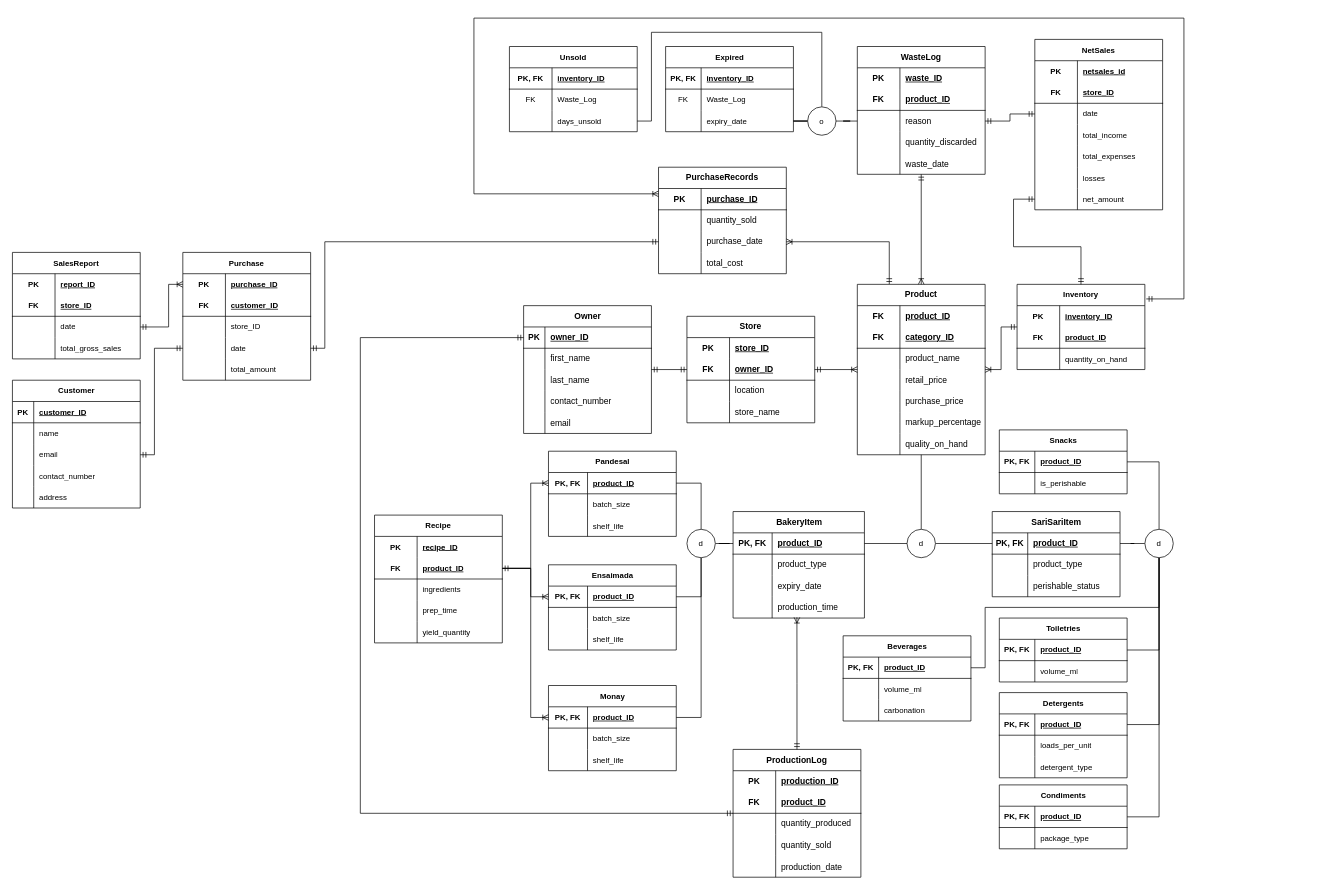
Earlier version of the draw.io diagram Reworked ERD.drawio (ConnedMaster/ITS131P). Source tidied: cells renumbered, new cells numbered last; positions are measured from the earlier drawing's top-left corner, leaving out a move shared by most shapes. Both pictures are drawn from the tidied source at 71%, with x=0, y=0 at pixel (12, 18).
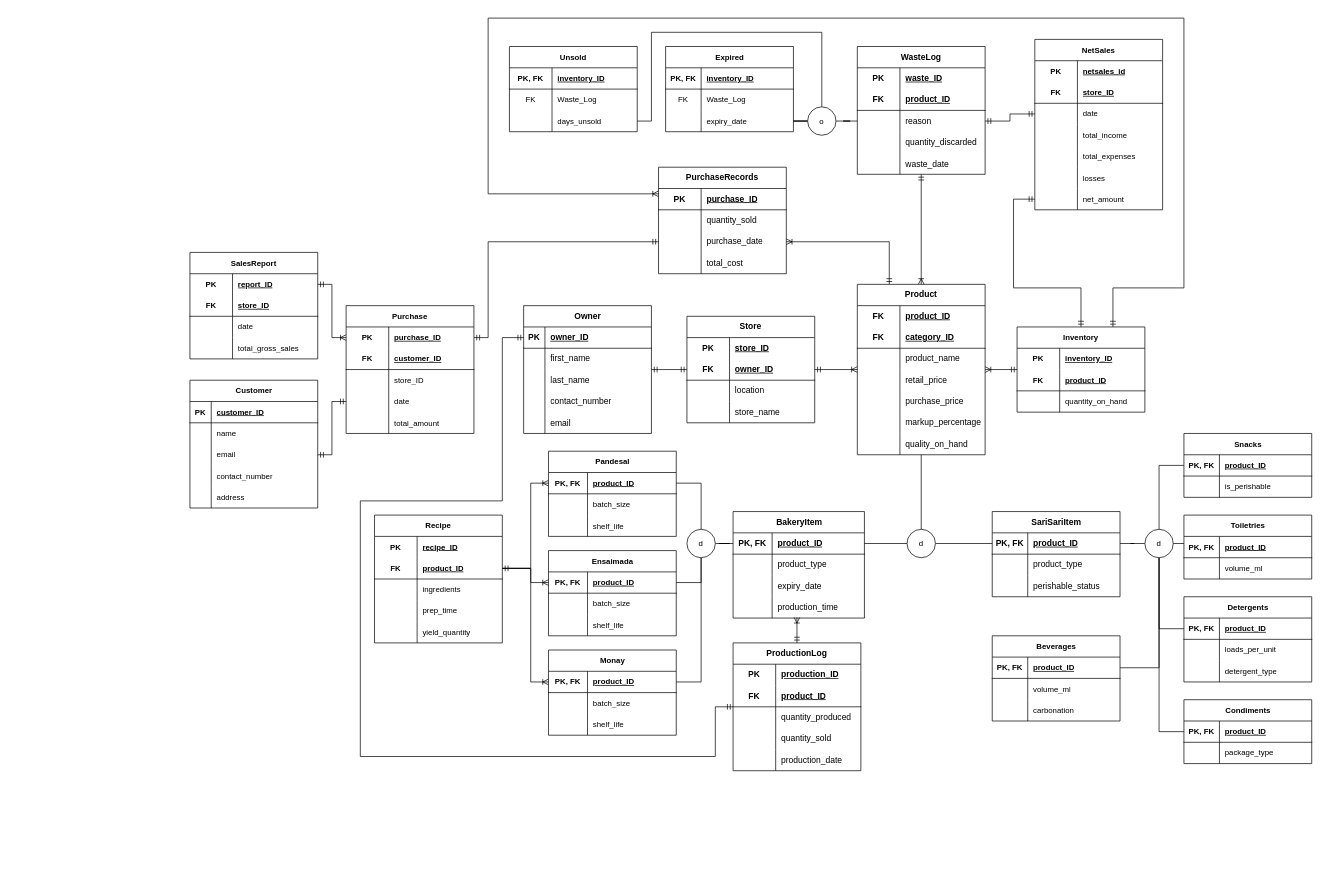
Above is the later version.

The change refers to these unchanged cells:
```xml
<mxCell id="17" value="d" style="ellipse;whiteSpace=wrap;html=1;fontFamily=Helvetica;fontSize=11;fontColor=default;labelBackgroundColor=default;" parent="1" vertex="1">
  <mxGeometry x="1595" y="720" width="40" height="40" as="geometry" />
</mxCell>
<mxCell id="74" style="shape=tableRow;horizontal=0;startSize=0;swimlaneHead=0;swimlaneBody=0;fillColor=none;points=[[0,0.5],[1,0.5]];portConstraint=eastwest;top=0;left=0;right=0;bottom=1;" parent="73" vertex="1">
  <mxGeometry y="30" width="180" height="30" as="geometry" />
</mxCell>
<mxCell id="102" value="PurchaseRecords" style="shape=table;startSize=30;childLayout=tableLayout;rowLines=0;fontStyle=1;align=center;html=1;whiteSpace=wrap;" parent="1" vertex="1">
  <mxGeometry x="910" y="210" width="180" height="150" as="geometry" />
</mxCell>
<mxCell id="109" style="shape=tableRow;horizontal=0;startSize=0;swimlaneHead=0;swimlaneBody=0;fillColor=none;points=[[0,0.5],[1,0.5]];portConstraint=eastwest;top=0;left=0;right=0;bottom=0;html=1;" parent="102" vertex="1">
  <mxGeometry y="90" width="180" height="30" as="geometry" />
</mxCell>
<mxCell id="183" style="shape=tableRow;horizontal=0;startSize=0;swimlaneHead=0;swimlaneBody=0;fillColor=none;points=[[0,0.5],[1,0.5]];portConstraint=eastwest;top=0;left=0;right=0;bottom=0;fontFamily=Helvetica;fontSize=11;fontColor=default;labelBackgroundColor=default;" parent="164" vertex="1">
  <mxGeometry y="210" width="180" height="30" as="geometry" />
</mxCell>
<mxCell id="190" style="shape=tableRow;horizontal=0;startSize=0;swimlaneHead=0;swimlaneBody=0;fillColor=none;points=[[0,0.5],[1,0.5]];portConstraint=eastwest;top=0;left=0;right=0;bottom=1;html=1;fontFamily=Helvetica;fontSize=11;fontColor=default;labelBackgroundColor=default;" parent="186" vertex="1">
  <mxGeometry y="60" width="180" height="30" as="geometry" />
</mxCell>
<mxCell id="204" style="shape=tableRow;horizontal=0;startSize=0;swimlaneHead=0;swimlaneBody=0;fillColor=none;points=[[0,0.5],[1,0.5]];portConstraint=eastwest;top=0;left=0;right=0;bottom=0;html=1;fontFamily=Helvetica;fontSize=11;fontColor=default;labelBackgroundColor=default;" parent="203" vertex="1">
  <mxGeometry y="30" width="180" height="30" as="geometry" />
</mxCell>
<mxCell id="210" style="shape=tableRow;horizontal=0;startSize=0;swimlaneHead=0;swimlaneBody=0;fillColor=none;points=[[0,0.5],[1,0.5]];portConstraint=eastwest;top=0;left=0;right=0;bottom=0;html=1;fontFamily=Helvetica;fontSize=11;fontColor=default;labelBackgroundColor=default;" parent="203" vertex="1">
  <mxGeometry y="90" width="180" height="30" as="geometry" />
</mxCell>
<mxCell id="223" style="shape=tableRow;horizontal=0;startSize=0;swimlaneHead=0;swimlaneBody=0;fillColor=none;points=[[0,0.5],[1,0.5]];portConstraint=eastwest;top=0;left=0;right=0;bottom=0;fontFamily=Helvetica;fontSize=11;fontColor=default;labelBackgroundColor=default;" parent="216" vertex="1">
  <mxGeometry y="90" width="180" height="30" as="geometry" />
</mxCell>
<mxCell id="233" style="shape=tableRow;horizontal=0;startSize=0;swimlaneHead=0;swimlaneBody=0;fillColor=none;points=[[0,0.5],[1,0.5]];portConstraint=eastwest;top=0;left=0;right=0;bottom=0;html=1;fontFamily=Helvetica;fontSize=11;fontColor=default;labelBackgroundColor=default;" parent="232" vertex="1">
  <mxGeometry y="30" width="180" height="30" as="geometry" />
</mxCell>
<mxCell id="242" style="shape=tableRow;horizontal=0;startSize=0;swimlaneHead=0;swimlaneBody=0;fillColor=none;points=[[0,0.5],[1,0.5]];portConstraint=eastwest;top=0;left=0;right=0;bottom=0;html=1;fontFamily=Helvetica;fontSize=11;fontColor=default;labelBackgroundColor=default;" parent="232" vertex="1">
  <mxGeometry y="120" width="180" height="30" as="geometry" />
</mxCell>
<mxCell id="259" style="shape=tableRow;horizontal=0;startSize=0;swimlaneHead=0;swimlaneBody=0;fillColor=none;points=[[0,0.5],[1,0.5]];portConstraint=eastwest;top=0;left=0;right=0;bottom=1;fontFamily=Helvetica;fontSize=11;fontColor=default;labelBackgroundColor=default;" parent="258" vertex="1">
  <mxGeometry y="30" width="180" height="30" as="geometry" />
</mxCell>
<mxCell id="269" style="shape=tableRow;horizontal=0;startSize=0;swimlaneHead=0;swimlaneBody=0;fillColor=none;points=[[0,0.5],[1,0.5]];portConstraint=eastwest;top=0;left=0;right=0;bottom=1;fontFamily=Helvetica;fontSize=11;fontColor=default;labelBackgroundColor=default;" parent="268" vertex="1">
  <mxGeometry y="30" width="180" height="30" as="geometry" />
</mxCell>
<mxCell id="301" style="shape=tableRow;horizontal=0;startSize=0;swimlaneHead=0;swimlaneBody=0;fillColor=none;points=[[0,0.5],[1,0.5]];portConstraint=eastwest;top=0;left=0;right=0;bottom=1;fontFamily=Helvetica;fontSize=11;fontColor=default;labelBackgroundColor=default;" parent="300" vertex="1">
  <mxGeometry y="30" width="180" height="30" as="geometry" />
</mxCell>
<mxCell id="308" style="shape=tableRow;horizontal=0;startSize=0;swimlaneHead=0;swimlaneBody=0;fillColor=none;points=[[0,0.5],[1,0.5]];portConstraint=eastwest;top=0;left=0;right=0;bottom=1;fontFamily=Helvetica;fontSize=11;fontColor=default;labelBackgroundColor=default;" parent="307" vertex="1">
  <mxGeometry y="30" width="180" height="30" as="geometry" />
</mxCell>
<mxCell id="315" style="shape=tableRow;horizontal=0;startSize=0;swimlaneHead=0;swimlaneBody=0;fillColor=none;points=[[0,0.5],[1,0.5]];portConstraint=eastwest;top=0;left=0;right=0;bottom=1;fontFamily=Helvetica;fontSize=11;fontColor=default;labelBackgroundColor=default;" parent="314" vertex="1">
  <mxGeometry y="30" width="180" height="30" as="geometry" />
</mxCell>
<mxCell id="325" style="shape=tableRow;horizontal=0;startSize=0;swimlaneHead=0;swimlaneBody=0;fillColor=none;points=[[0,0.5],[1,0.5]];portConstraint=eastwest;top=0;left=0;right=0;bottom=1;fontFamily=Helvetica;fontSize=11;fontColor=default;labelBackgroundColor=default;" parent="324" vertex="1">
  <mxGeometry y="30" width="180" height="30" as="geometry" />
</mxCell>
<mxCell id="332" style="shape=tableRow;horizontal=0;startSize=0;swimlaneHead=0;swimlaneBody=0;fillColor=none;points=[[0,0.5],[1,0.5]];portConstraint=eastwest;top=0;left=0;right=0;bottom=1;fontFamily=Helvetica;fontSize=11;fontColor=default;labelBackgroundColor=default;" parent="331" vertex="1">
  <mxGeometry y="30" width="180" height="30" as="geometry" />
</mxCell>
```

Change to the diagram source:
```diff
@@
-    <mxCell id="12" style="edgeStyle=orthogonalEdgeStyle;shape=connector;rounded=0;jettySize=auto;html=1;entryX=1;entryY=0.5;entryDx=0;entryDy=0;strokeColor=default;align=center;verticalAlign=middle;fontFamily=Helvetica;fontSize=11;fontColor=default;labelBackgroundColor=default;endArrow=none;endFill=0;exitX=0.5;exitY=0;exitDx=0;exitDy=0;" parent="1" edge="1" source="17" target="301">
-      <mxGeometry relative="1" as="geometry">
-        <Array as="points">
-          <mxPoint x="1615" y="625" />
-        </Array>
-      </mxGeometry>
+    <mxCell id="12" style="edgeStyle=orthogonalEdgeStyle;shape=connector;rounded=0;jettySize=auto;html=1;entryX=0;entryY=0.5;entryDx=0;entryDy=0;strokeColor=default;align=center;verticalAlign=middle;fontFamily=Helvetica;fontSize=11;fontColor=default;labelBackgroundColor=default;endArrow=none;endFill=0;" parent="1" edge="1" source="17" target="301">
+      <mxGeometry relative="1" as="geometry" />
     </mxCell>
-    <mxCell id="13" style="edgeStyle=orthogonalEdgeStyle;shape=connector;rounded=0;jettySize=auto;html=1;entryX=1;entryY=0.5;entryDx=0;entryDy=0;strokeColor=default;align=center;verticalAlign=middle;fontFamily=Helvetica;fontSize=11;fontColor=default;labelBackgroundColor=default;endArrow=none;endFill=0;" parent="1" edge="1" source="17" target="308">
-      <mxGeometry relative="1" as="geometry" />
-    </mxCell>
-    <mxCell id="14" style="edgeStyle=orthogonalEdgeStyle;shape=connector;rounded=0;jettySize=auto;html=1;entryX=1;entryY=0.5;entryDx=0;entryDy=0;strokeColor=default;align=center;verticalAlign=middle;fontFamily=Helvetica;fontSize=11;fontColor=default;labelBackgroundColor=default;endArrow=none;endFill=0;" parent="1" edge="1" source="17" target="315">
+    <mxCell id="14" style="edgeStyle=orthogonalEdgeStyle;shape=connector;rounded=0;jettySize=auto;html=1;entryX=0;entryY=0.5;entryDx=0;entryDy=0;strokeColor=default;align=center;verticalAlign=middle;fontFamily=Helvetica;fontSize=11;fontColor=default;labelBackgroundColor=default;endArrow=none;endFill=0;" parent="1" edge="1" source="17" target="315">
       <mxGeometry relative="1" as="geometry" />
     </mxCell>
-    <mxCell id="15" style="edgeStyle=orthogonalEdgeStyle;shape=connector;rounded=0;jettySize=auto;html=1;entryX=1;entryY=0.5;entryDx=0;entryDy=0;strokeColor=default;align=center;verticalAlign=middle;fontFamily=Helvetica;fontSize=11;fontColor=default;labelBackgroundColor=default;endArrow=none;endFill=0;" parent="1" edge="1" source="17" target="325">
+    <mxCell id="15" style="edgeStyle=orthogonalEdgeStyle;shape=connector;rounded=0;jettySize=auto;html=1;entryX=0;entryY=0.5;entryDx=0;entryDy=0;strokeColor=default;align=center;verticalAlign=middle;fontFamily=Helvetica;fontSize=11;fontColor=default;labelBackgroundColor=default;endArrow=none;endFill=0;" parent="1" edge="1" source="17" target="325">
       <mxGeometry relative="1" as="geometry" />
     </mxCell>
     <mxCell id="16" style="edgeStyle=orthogonalEdgeStyle;shape=connector;rounded=0;jettySize=auto;html=1;entryX=1;entryY=0.5;entryDx=0;entryDy=0;strokeColor=default;align=center;verticalAlign=middle;fontFamily=Helvetica;fontSize=11;fontColor=default;labelBackgroundColor=default;endArrow=none;endFill=0;" parent="1" edge="1" source="17" target="332">
-      <mxGeometry relative="1" as="geometry">
-        <Array as="points">
-          <mxPoint x="1615" y="830" />
-          <mxPoint x="1370" y="830" />
-          <mxPoint x="1370" y="915" />
-        </Array>
-      </mxGeometry>
+      <mxGeometry relative="1" as="geometry" />
     </mxCell>
@@
-    <mxCell id="18" style="edgeStyle=orthogonalEdgeStyle;shape=connector;rounded=0;jettySize=auto;html=1;strokeColor=default;align=center;verticalAlign=middle;fontFamily=Helvetica;fontSize=11;fontColor=default;labelBackgroundColor=default;startFill=0;endArrow=ERmandOne;exitX=0;exitY=0.25;exitDx=0;exitDy=0;endFill=0;startArrow=ERoneToMany;entryX=1.011;entryY=0.171;entryDx=0;entryDy=0;entryPerimeter=0;" parent="1" edge="1" source="102" target="144">
+    <mxCell id="18" style="edgeStyle=orthogonalEdgeStyle;shape=connector;rounded=0;jettySize=auto;html=1;strokeColor=default;align=center;verticalAlign=middle;fontFamily=Helvetica;fontSize=11;fontColor=default;labelBackgroundColor=default;startFill=0;endArrow=ERmandOne;exitX=0;exitY=0.25;exitDx=0;exitDy=0;endFill=0;startArrow=ERoneToMany;entryX=0.75;entryY=0;entryDx=0;entryDy=0;" parent="1" edge="1" source="102" target="144">
       <mxGeometry relative="1" as="geometry">
         <Array as="points">
-          <mxPoint x="650" y="247" />
-          <mxPoint x="650" />
+          <mxPoint x="670" y="248" />
+          <mxPoint x="670" />
           <mxPoint x="1650" />
-          <mxPoint x="1650" y="396" />
+          <mxPoint x="1650" y="380" />
+          <mxPoint x="1550" y="380" />
         </Array>
       </mxGeometry>
     </mxCell>
-    <mxCell id="19" style="edgeStyle=orthogonalEdgeStyle;shape=connector;rounded=0;jettySize=auto;html=1;entryX=1;entryY=0.5;entryDx=0;entryDy=0;strokeColor=default;align=center;verticalAlign=middle;fontFamily=Helvetica;fontSize=11;fontColor=default;labelBackgroundColor=default;endArrow=ERmandOne;endFill=0;startArrow=ERoneToMany;startFill=0;exitX=0;exitY=0.5;exitDx=0;exitDy=0;" parent="1" edge="1" source="233" target="210">
+    <mxCell id="19" style="edgeStyle=orthogonalEdgeStyle;shape=connector;rounded=0;jettySize=auto;html=1;entryX=1;entryY=0.5;entryDx=0;entryDy=0;strokeColor=default;align=center;verticalAlign=middle;fontFamily=Helvetica;fontSize=11;fontColor=default;labelBackgroundColor=default;endArrow=ERmandOne;endFill=0;startArrow=ERoneToMany;startFill=0;exitX=0;exitY=0.5;exitDx=0;exitDy=0;" parent="1" edge="1" source="233" target="204">
       <mxGeometry relative="1" as="geometry">
         <Array as="points">
-          <mxPoint x="220" y="375" />
-          <mxPoint x="220" y="435" />
+          <mxPoint x="450" y="450" />
+          <mxPoint x="450" y="375" />
         </Array>
       </mxGeometry>
     </mxCell>
@@
     <mxCell id="115" value="ProductionLog" style="shape=table;startSize=30;childLayout=tableLayout;rowLines=0;fontStyle=1;align=center;html=1;whiteSpace=wrap;" parent="1" vertex="1">
-      <mxGeometry x="1015" y="1030" width="180" height="180" as="geometry" />
+      <mxGeometry x="1015" y="880" width="180" height="180" as="geometry" />
     </mxCell>
@@
     <mxCell id="144" value="Inventory" style="shape=table;startSize=30;childLayout=tableLayout;rowLines=0;fontStyle=1;align=center;html=1;whiteSpace=wrap;fontFamily=Helvetica;fontSize=11;fontColor=default;labelBackgroundColor=default;" parent="1" vertex="1">
-      <mxGeometry x="1415" y="375" width="180" height="120" as="geometry" />
+      <mxGeometry x="1415" y="435" width="180" height="120" as="geometry" />
     </mxCell>
@@
     <mxCell id="154" style="edgeStyle=orthogonalEdgeStyle;fontSize=12;html=1;endArrow=ERmandOne;startArrow=ERmandOne;rounded=0;strokeColor=default;align=center;verticalAlign=middle;fontFamily=Helvetica;fontColor=default;labelBackgroundColor=default;entryX=0;entryY=0.5;entryDx=0;entryDy=0;exitX=1;exitY=0.5;exitDx=0;exitDy=0;" parent="1" edge="1" source="223" target="242">
       <mxGeometry relative="1" as="geometry">
         <Array as="points">
-          <mxPoint x="200" y="615" />
-          <mxPoint x="200" y="465" />
+          <mxPoint x="450" y="615" />
+          <mxPoint x="450" y="540" />
         </Array>
       </mxGeometry>
     </mxCell>
-    <mxCell id="155" style="fontSize=12;html=1;endArrow=ERmandOne;startArrow=ERmandOne;rounded=0;strokeColor=default;align=center;verticalAlign=middle;fontFamily=Helvetica;fontColor=default;labelBackgroundColor=default;entryX=1;entryY=0.5;entryDx=0;entryDy=0;exitX=0;exitY=0.5;exitDx=0;exitDy=0;edgeStyle=orthogonalEdgeStyle;" parent="1" edge="1" source="109" target="242">
+    <mxCell id="155" style="fontSize=12;html=1;endArrow=ERmandOne;startArrow=ERmandOne;rounded=0;strokeColor=default;align=center;verticalAlign=middle;fontFamily=Helvetica;fontColor=default;labelBackgroundColor=default;entryX=1;entryY=0.5;entryDx=0;entryDy=0;exitX=0;exitY=0.5;exitDx=0;exitDy=0;edgeStyle=orthogonalEdgeStyle;" parent="1" edge="1" source="109" target="233">
       <mxGeometry relative="1" as="geometry">
         <Array as="points">
-          <mxPoint x="440" y="315" />
-          <mxPoint x="440" y="465" />
+          <mxPoint x="670" y="315" />
+          <mxPoint x="670" y="450" />
         </Array>
       </mxGeometry>
     </mxCell>
@@
     <mxCell id="159" style="edgeStyle=orthogonalEdgeStyle;fontSize=12;html=1;endArrow=ERmandOne;startArrow=ERmandOne;rounded=0;strokeColor=default;align=center;verticalAlign=middle;fontFamily=Helvetica;fontColor=default;labelBackgroundColor=default;entryX=0;entryY=0.5;entryDx=0;entryDy=0;exitX=0.5;exitY=0;exitDx=0;exitDy=0;" parent="1" edge="1" source="144" target="183">
       <mxGeometry relative="1" as="geometry">
         <Array as="points">
-          <mxPoint x="1505" y="322" />
-          <mxPoint x="1410" y="322" />
+          <mxPoint x="1505" y="380" />
+          <mxPoint x="1410" y="380" />
           <mxPoint x="1410" y="255" />
         </Array>
       </mxGeometry>
     </mxCell>
@@
     <mxCell id="162" style="edgeStyle=orthogonalEdgeStyle;fontSize=12;html=1;endArrow=ERmandOne;startArrow=ERmandOne;rounded=0;strokeColor=default;align=center;verticalAlign=middle;fontFamily=Helvetica;fontColor=default;labelBackgroundColor=default;exitX=0;exitY=0.5;exitDx=0;exitDy=0;entryX=0;entryY=0.5;entryDx=0;entryDy=0;" parent="1" edge="1" source="115" target="74">
       <mxGeometry relative="1" as="geometry">
         <Array as="points">
-          <mxPoint x="490" y="1120" />
-          <mxPoint x="490" y="450" />
+          <mxPoint x="990" y="970" />
+          <mxPoint x="990" y="1040" />
+          <mxPoint x="490" y="1040" />
+          <mxPoint x="490" y="680" />
+          <mxPoint x="690" y="680" />
+          <mxPoint x="690" y="450" />
         </Array>
       </mxGeometry>
     </mxCell>
@@
     <mxCell id="203" value="SalesReport" style="shape=table;startSize=30;childLayout=tableLayout;rowLines=0;fontStyle=1;align=center;html=1;whiteSpace=wrap;fontFamily=Helvetica;fontSize=11;fontColor=default;labelBackgroundColor=default;" parent="1" vertex="1">
-      <mxGeometry y="330" width="180" height="150" as="geometry" />
+      <mxGeometry x="250" y="330" width="180" height="150" as="geometry" />
     </mxCell>
@@
     <mxCell id="216" value="Customer" style="shape=table;startSize=30;childLayout=tableLayout;rowLines=0;fontStyle=1;align=center;html=1;fontFamily=Helvetica;fontSize=11;fontColor=default;labelBackgroundColor=default;" parent="1" vertex="1">
-      <mxGeometry y="510" width="180" height="180" as="geometry" />
+      <mxGeometry x="250" y="510" width="180" height="180" as="geometry" />
     </mxCell>
@@
     <mxCell id="232" value="Purchase" style="shape=table;startSize=30;childLayout=tableLayout;rowLines=0;fontStyle=1;align=center;html=1;whiteSpace=wrap;fontFamily=Helvetica;fontSize=11;fontColor=default;labelBackgroundColor=default;" parent="1" vertex="1">
-      <mxGeometry x="240" y="330" width="180" height="180" as="geometry" />
+      <mxGeometry x="470" y="405" width="180" height="180" as="geometry" />
     </mxCell>
@@
     <mxCell id="258" value="Ensaimada" style="shape=table;startSize=30;childLayout=tableLayout;rowLines=0;fontStyle=1;align=center;html=1;fontFamily=Helvetica;fontSize=11;fontColor=default;labelBackgroundColor=default;" parent="1" vertex="1">
-      <mxGeometry x="755" y="770" width="180" height="120" as="geometry" />
+      <mxGeometry x="755" y="750" width="180" height="120" as="geometry" />
     </mxCell>
@@
     <mxCell id="268" value="Monay" style="shape=table;startSize=30;childLayout=tableLayout;rowLines=0;fontStyle=1;align=center;html=1;fontFamily=Helvetica;fontSize=11;fontColor=default;labelBackgroundColor=default;" parent="1" vertex="1">
-      <mxGeometry x="755" y="940" width="180" height="120" as="geometry" />
+      <mxGeometry x="755" y="890" width="180" height="120" as="geometry" />
     </mxCell>
@@
-    <mxCell id="278" style="edgeStyle=orthogonalEdgeStyle;shape=connector;rounded=0;jettySize=auto;html=1;entryX=1;entryY=0.5;entryDx=0;entryDy=0;strokeColor=default;align=center;verticalAlign=middle;fontFamily=Helvetica;fontSize=11;fontColor=default;labelBackgroundColor=default;endArrow=none;endFill=0;startArrow=ERoneToMany;startFill=0;" parent="1" edge="1" source="259" target="190">
+    <mxCell id="278" style="edgeStyle=orthogonalEdgeStyle;shape=connector;rounded=0;jettySize=auto;html=1;entryX=1;entryY=0.5;entryDx=0;entryDy=0;strokeColor=default;align=center;verticalAlign=middle;fontFamily=Helvetica;fontSize=11;fontColor=default;labelBackgroundColor=default;endArrow=none;endFill=0;startArrow=ERoneToMany;startFill=0;exitX=0;exitY=0.5;exitDx=0;exitDy=0;" parent="1" edge="1" source="259" target="190">
       <mxGeometry relative="1" as="geometry">
         <Array as="points">
-          <mxPoint x="730" y="815" />
+          <mxPoint x="730" y="795" />
           <mxPoint x="730" y="775" />
         </Array>
       </mxGeometry>
     </mxCell>
-    <mxCell id="279" style="edgeStyle=orthogonalEdgeStyle;shape=connector;rounded=0;jettySize=auto;html=1;entryX=1;entryY=0.5;entryDx=0;entryDy=0;strokeColor=default;align=center;verticalAlign=middle;fontFamily=Helvetica;fontSize=11;fontColor=default;labelBackgroundColor=default;endArrow=none;endFill=0;startArrow=ERoneToMany;startFill=0;" parent="1" edge="1" source="269" target="190">
+    <mxCell id="279" style="edgeStyle=orthogonalEdgeStyle;shape=connector;rounded=0;jettySize=auto;html=1;entryX=1;entryY=0.5;entryDx=0;entryDy=0;strokeColor=default;align=center;verticalAlign=middle;fontFamily=Helvetica;fontSize=11;fontColor=default;labelBackgroundColor=default;endArrow=none;endFill=0;startArrow=ERoneToMany;startFill=0;exitX=0;exitY=0.5;exitDx=0;exitDy=0;" parent="1" edge="1" source="269" target="190">
       <mxGeometry relative="1" as="geometry">
         <Array as="points">
-          <mxPoint x="730" y="985" />
+          <mxPoint x="730" y="935" />
           <mxPoint x="730" y="775" />
         </Array>
       </mxGeometry>
     </mxCell>
@@
     <mxCell id="300" value="Snacks" style="shape=table;startSize=30;childLayout=tableLayout;rowLines=0;fontStyle=1;align=center;html=1;fontFamily=Helvetica;fontSize=11;fontColor=default;labelBackgroundColor=default;" parent="1" vertex="1">
-      <mxGeometry x="1390" y="580" width="180" height="90" as="geometry" />
+      <mxGeometry x="1650" y="585" width="180" height="90" as="geometry" />
     </mxCell>
@@
     <mxCell id="307" value="Toiletries" style="shape=table;startSize=30;childLayout=tableLayout;rowLines=0;fontStyle=1;align=center;html=1;fontFamily=Helvetica;fontSize=11;fontColor=default;labelBackgroundColor=default;" parent="1" vertex="1">
-      <mxGeometry x="1390" y="845" width="180" height="90" as="geometry" />
+      <mxGeometry x="1650" y="700" width="180" height="90" as="geometry" />
     </mxCell>
@@
     <mxCell id="314" value="Detergents" style="shape=table;startSize=30;childLayout=tableLayout;rowLines=0;fontStyle=1;align=center;html=1;fontFamily=Helvetica;fontSize=11;fontColor=default;labelBackgroundColor=default;" parent="1" vertex="1">
-      <mxGeometry x="1390" y="950" width="180" height="120" as="geometry" />
+      <mxGeometry x="1650" y="815" width="180" height="120" as="geometry" />
     </mxCell>
@@
     <mxCell id="324" value="Condiments" style="shape=table;startSize=30;childLayout=tableLayout;rowLines=0;fontStyle=1;align=center;html=1;fontFamily=Helvetica;fontSize=11;fontColor=default;labelBackgroundColor=default;" parent="1" vertex="1">
-      <mxGeometry x="1390" y="1080" width="180" height="90" as="geometry" />
+      <mxGeometry x="1650" y="960" width="180" height="90" as="geometry" />
     </mxCell>
@@
     <mxCell id="331" value="Beverages" style="shape=table;startSize=30;childLayout=tableLayout;rowLines=0;fontStyle=1;align=center;html=1;fontFamily=Helvetica;fontSize=11;fontColor=default;labelBackgroundColor=default;" parent="1" vertex="1">
-      <mxGeometry x="1170" y="870" width="180" height="120" as="geometry" />
+      <mxGeometry x="1380" y="870" width="180" height="120" as="geometry" />
     </mxCell>
@@
+    <mxCell id="341" style="edgeStyle=orthogonalEdgeStyle;shape=connector;rounded=0;jettySize=auto;html=1;entryX=1;entryY=0.5;entryDx=0;entryDy=0;strokeColor=default;align=center;verticalAlign=middle;fontFamily=Helvetica;fontSize=11;fontColor=default;labelBackgroundColor=default;endArrow=none;endFill=0;" parent="1" edge="1" source="308" target="17">
+      <mxGeometry relative="1" as="geometry">
+        <Array as="points">
+          <mxPoint x="1650" y="740" />
+          <mxPoint x="1650" y="740" />
+        </Array>
+      </mxGeometry>
+    </mxCell>
```
